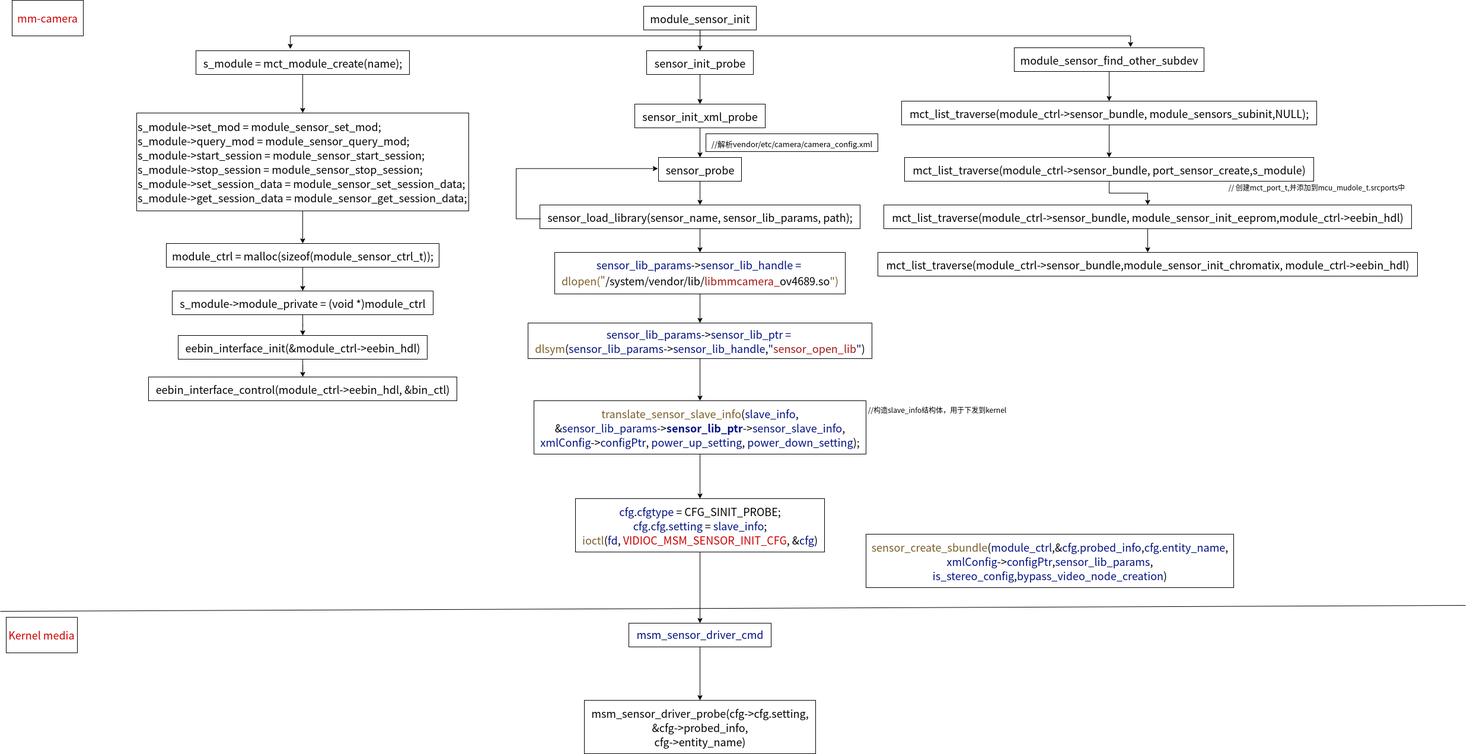
zhangmeizhen/test2 keeps this draw.io diagram as qcom mm-camera sensors.png. Above is the earlier version. Source tidied: cells renumbered, new cells last; positions are measured from the earlier drawing's top-left corner, leaving out a move shared by most shapes.
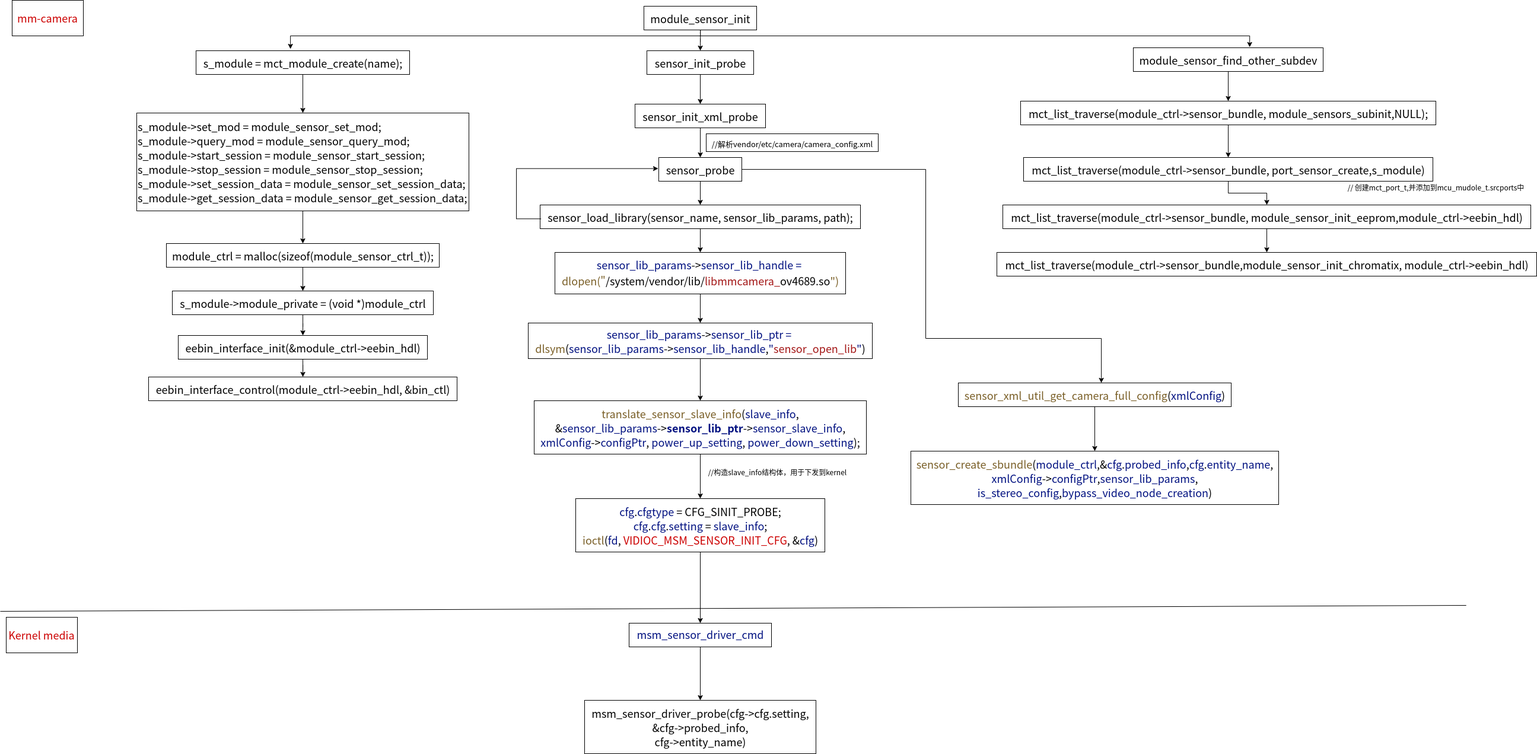
After the change.

The edit, as a diff of the source:
```diff
@@ -17,7 +17,7 @@
       <mxGeometry relative="1" as="geometry">
         <Array as="points">
           <mxPoint x="1180" y="60" />
-          <mxPoint x="1906" y="60" />
+          <mxPoint x="2106" y="60" />
         </Array>
       </mxGeometry>
     </mxCell>
@@ -39,6 +39,15 @@
     <mxCell id="10" style="edgeStyle=orthogonalEdgeStyle;rounded=0;jettySize=auto;html=1;fontSize=13;fontColor=#000000;strokeWidth=1;strokeColor=#000000;" parent="1" edge="1" source="11" target="15">
       <mxGeometry relative="1" as="geometry" />
     </mxCell>
+    <mxCell id="53" style="edgeStyle=orthogonalEdgeStyle;rounded=0;jettySize=auto;html=1;fontSize=18;fontColor=#CC0000;" parent="1" edge="1" source="11" target="55">
+      <mxGeometry relative="1" as="geometry">
+        <Array as="points">
+          <mxPoint x="1560" y="285" />
+          <mxPoint x="1560" y="570" />
+          <mxPoint x="1856" y="570" />
+        </Array>
+      </mxGeometry>
+    </mxCell>
     <mxCell id="11" value="&lt;div style=&quot;background-color: rgb(255, 255, 255); font-family: &amp;quot;Droid Sans Mono&amp;quot;, monospace, monospace, &amp;quot;Droid Sans Fallback&amp;quot;; font-size: 18px; line-height: 24px;&quot;&gt;&lt;span style=&quot;&quot;&gt;sensor_probe&lt;/span&gt;&lt;/div&gt;" style="text;html=1;align=center;verticalAlign=middle;points=[];strokeColor=#000000;fillColor=none;fontSize=17;fontColor=#000000;" parent="1" vertex="1">
       <mxGeometry x="1110" y="265" width="140" height="40" as="geometry" />
     </mxCell>
@@ -90,31 +99,31 @@
       <mxGeometry relative="1" as="geometry" />
     </mxCell>
     <mxCell id="26" value="&lt;div style=&quot;background-color: rgb(255, 255, 255); font-family: &amp;quot;Droid Sans Mono&amp;quot;, monospace, monospace, &amp;quot;Droid Sans Fallback&amp;quot;; font-size: 18px; line-height: 24px;&quot;&gt;&lt;div style=&quot;font-family: &amp;quot;Droid Sans Mono&amp;quot;, monospace, monospace, &amp;quot;Droid Sans Fallback&amp;quot;; line-height: 24px;&quot;&gt;&lt;span style=&quot;&quot;&gt;module_sensor_find_other_subdev&lt;/span&gt;&lt;/div&gt;&lt;/div&gt;" style="text;html=1;align=center;verticalAlign=middle;points=[];strokeColor=#000000;fillColor=none;fontSize=17;fontColor=#000000;" parent="1" vertex="1">
-      <mxGeometry x="1710" y="80" width="320" height="40" as="geometry" />
+      <mxGeometry x="1910" y="80" width="320" height="40" as="geometry" />
     </mxCell>
     <mxCell id="27" style="edgeStyle=orthogonalEdgeStyle;rounded=0;jettySize=auto;html=1;fontColor=#000000;" parent="1" edge="1" source="28" target="30">
       <mxGeometry relative="1" as="geometry" />
     </mxCell>
     <mxCell id="28" value="&lt;div style=&quot;background-color: rgb(255, 255, 255); font-family: &amp;quot;Droid Sans Mono&amp;quot;, monospace, monospace, &amp;quot;Droid Sans Fallback&amp;quot;; font-size: 18px; line-height: 24px;&quot;&gt;&lt;div style=&quot;font-family: &amp;quot;Droid Sans Mono&amp;quot;, monospace, monospace, &amp;quot;Droid Sans Fallback&amp;quot;; line-height: 24px;&quot;&gt;&lt;div style=&quot;font-family: &amp;quot;Droid Sans Mono&amp;quot;, monospace, monospace, &amp;quot;Droid Sans Fallback&amp;quot;; line-height: 24px;&quot;&gt;&lt;div&gt;&lt;span style=&quot;&quot;&gt;mct_list_traverse&lt;/span&gt;(&lt;span style=&quot;&quot;&gt;module_ctrl&lt;/span&gt;-&amp;gt;&lt;span style=&quot;&quot;&gt;sensor_bundle&lt;/span&gt;, &lt;span style=&quot;&quot;&gt;module_sensors_subinit&lt;/span&gt;,&lt;span style=&quot;&quot;&gt;NULL&lt;/span&gt;);&lt;/div&gt;&lt;/div&gt;&lt;/div&gt;&lt;/div&gt;" style="text;html=1;align=center;verticalAlign=middle;points=[];strokeColor=#000000;fillColor=none;fontSize=17;fontColor=#000000;" parent="1" vertex="1">
-      <mxGeometry x="1520" y="170" width="700" height="40" as="geometry" />
+      <mxGeometry x="1720" y="170" width="700" height="40" as="geometry" />
     </mxCell>
     <mxCell id="29" style="edgeStyle=orthogonalEdgeStyle;rounded=0;jettySize=auto;html=1;fontColor=#000000;" parent="1" edge="1" source="30" target="32">
       <mxGeometry relative="1" as="geometry" />
     </mxCell>
     <mxCell id="30" value="&lt;div style=&quot;background-color: rgb(255, 255, 255); font-family: &amp;quot;Droid Sans Mono&amp;quot;, monospace, monospace, &amp;quot;Droid Sans Fallback&amp;quot;; font-size: 18px; line-height: 24px;&quot;&gt;&lt;div style=&quot;font-family: &amp;quot;Droid Sans Mono&amp;quot;, monospace, monospace, &amp;quot;Droid Sans Fallback&amp;quot;; line-height: 24px;&quot;&gt;&lt;div style=&quot;font-family: &amp;quot;Droid Sans Mono&amp;quot;, monospace, monospace, &amp;quot;Droid Sans Fallback&amp;quot;; line-height: 24px;&quot;&gt;&lt;div style=&quot;font-family: &amp;quot;Droid Sans Mono&amp;quot;, monospace, monospace, &amp;quot;Droid Sans Fallback&amp;quot;; line-height: 24px;&quot;&gt;&lt;div&gt;&lt;span style=&quot;&quot;&gt;mct_list_traverse&lt;/span&gt;(&lt;span style=&quot;&quot;&gt;module_ctrl&lt;/span&gt;-&amp;gt;&lt;span style=&quot;&quot;&gt;sensor_bundle&lt;/span&gt;, port_sensor_create,s_module)&lt;/div&gt;&lt;/div&gt;&lt;/div&gt;&lt;/div&gt;&lt;/div&gt;" style="text;html=1;align=center;verticalAlign=middle;points=[];strokeColor=#000000;fillColor=none;fontSize=17;fontColor=#000000;" parent="1" vertex="1">
-      <mxGeometry x="1525" y="265" width="690" height="40" as="geometry" />
+      <mxGeometry x="1725" y="265" width="690" height="40" as="geometry" />
     </mxCell>
     <mxCell id="31" style="edgeStyle=orthogonalEdgeStyle;rounded=0;jettySize=auto;html=1;fontColor=#000000;" parent="1" edge="1" source="32" target="33">
       <mxGeometry relative="1" as="geometry" />
     </mxCell>
     <mxCell id="32" value="&lt;div style=&quot;background-color: rgb(255, 255, 255); font-family: &amp;quot;Droid Sans Mono&amp;quot;, monospace, monospace, &amp;quot;Droid Sans Fallback&amp;quot;; font-size: 18px; line-height: 24px;&quot;&gt;&lt;div style=&quot;font-family: &amp;quot;Droid Sans Mono&amp;quot;, monospace, monospace, &amp;quot;Droid Sans Fallback&amp;quot;; line-height: 24px;&quot;&gt;&lt;div style=&quot;font-family: &amp;quot;Droid Sans Mono&amp;quot;, monospace, monospace, &amp;quot;Droid Sans Fallback&amp;quot;; line-height: 24px;&quot;&gt;&lt;div style=&quot;font-family: &amp;quot;Droid Sans Mono&amp;quot;, monospace, monospace, &amp;quot;Droid Sans Fallback&amp;quot;; line-height: 24px;&quot;&gt;&lt;div style=&quot;font-family: &amp;quot;Droid Sans Mono&amp;quot;, monospace, monospace, &amp;quot;Droid Sans Fallback&amp;quot;; line-height: 24px;&quot;&gt;&lt;div&gt;&lt;span style=&quot;&quot;&gt;mct_list_traverse&lt;/span&gt;(&lt;span style=&quot;&quot;&gt;module_ctrl&lt;/span&gt;-&amp;gt;&lt;span style=&quot;&quot;&gt;sensor_bundle&lt;/span&gt;, &lt;span style=&quot;&quot;&gt;module_sensor_init_eeprom&lt;/span&gt;,&lt;span style=&quot;&quot;&gt;module_ctrl&lt;/span&gt;-&amp;gt;&lt;span style=&quot;&quot;&gt;eebin_hdl&lt;/span&gt;)&lt;/div&gt;&lt;/div&gt;&lt;/div&gt;&lt;/div&gt;&lt;/div&gt;&lt;/div&gt;" style="text;html=1;align=center;verticalAlign=middle;points=[];strokeColor=#000000;fillColor=none;fontSize=17;fontColor=#000000;" parent="1" vertex="1">
-      <mxGeometry x="1490" y="345" width="890" height="40" as="geometry" />
+      <mxGeometry x="1690" y="345" width="890" height="40" as="geometry" />
     </mxCell>
     <mxCell id="33" value="&lt;div style=&quot;background-color: rgb(255, 255, 255); font-family: &amp;quot;Droid Sans Mono&amp;quot;, monospace, monospace, &amp;quot;Droid Sans Fallback&amp;quot;; font-size: 18px; line-height: 24px;&quot;&gt;&lt;div style=&quot;font-family: &amp;quot;Droid Sans Mono&amp;quot;, monospace, monospace, &amp;quot;Droid Sans Fallback&amp;quot;; line-height: 24px;&quot;&gt;&lt;div style=&quot;font-family: &amp;quot;Droid Sans Mono&amp;quot;, monospace, monospace, &amp;quot;Droid Sans Fallback&amp;quot;; line-height: 24px;&quot;&gt;&lt;div style=&quot;font-family: &amp;quot;Droid Sans Mono&amp;quot;, monospace, monospace, &amp;quot;Droid Sans Fallback&amp;quot;; line-height: 24px;&quot;&gt;&lt;div style=&quot;font-family: &amp;quot;Droid Sans Mono&amp;quot;, monospace, monospace, &amp;quot;Droid Sans Fallback&amp;quot;; line-height: 24px;&quot;&gt;&lt;div style=&quot;font-family: &amp;quot;Droid Sans Mono&amp;quot;, monospace, monospace, &amp;quot;Droid Sans Fallback&amp;quot;; line-height: 24px;&quot;&gt;&lt;div&gt;&lt;span style=&quot;&quot;&gt;mct_list_traverse&lt;/span&gt;(&lt;span style=&quot;&quot;&gt;module_ctrl&lt;/span&gt;-&amp;gt;&lt;span style=&quot;&quot;&gt;sensor_bundle&lt;/span&gt;,&lt;span style=&quot;&quot;&gt;module_sensor_init_chromatix&lt;/span&gt;, &lt;span style=&quot;&quot;&gt;module_ctrl&lt;/span&gt;-&amp;gt;&lt;span style=&quot;&quot;&gt;eebin_hdl&lt;/span&gt;)&lt;/div&gt;&lt;/div&gt;&lt;/div&gt;&lt;/div&gt;&lt;/div&gt;&lt;/div&gt;&lt;/div&gt;" style="text;html=1;align=center;verticalAlign=middle;points=[];strokeColor=#000000;fillColor=none;fontSize=17;fontColor=#000000;" parent="1" vertex="1">
-      <mxGeometry x="1480" y="425" width="910" height="40" as="geometry" />
+      <mxGeometry x="1680" y="425" width="910" height="40" as="geometry" />
     </mxCell>
     <mxCell id="34" value="// 创建mct_port_t,并添加到mcu_mudole_t.&lt;span style=&quot;text-align: left;&quot;&gt;srcports中&lt;/span&gt;" style="text;html=1;align=center;verticalAlign=middle;strokeColor=none;fillColor=none;fontColor=#000000;" parent="1" vertex="1">
-      <mxGeometry x="2060" y="300" width="320" height="30" as="geometry" />
+      <mxGeometry x="2260" y="300" width="320" height="30" as="geometry" />
     </mxCell>
     <mxCell id="35" style="edgeStyle=orthogonalEdgeStyle;rounded=0;jettySize=auto;html=1;fontColor=#000000;" parent="1" edge="1" source="36" target="21">
       <mxGeometry relative="1" as="geometry" />
@@ -135,7 +144,7 @@
       <mxGeometry x="890" y="544" width="580" height="60" as="geometry" />
     </mxCell>
     <mxCell id="41" value="&lt;div style=&quot;background-color: rgb(255, 255, 255); font-family: &amp;quot;Droid Sans Mono&amp;quot;, monospace, monospace, &amp;quot;Droid Sans Fallback&amp;quot;; font-size: 18px; line-height: 24px;&quot;&gt;&lt;div&gt;&lt;span style=&quot;color: rgb(121, 94, 38);&quot;&gt;sensor_create_sbundle&lt;/span&gt;(&lt;span style=&quot;color: rgb(0, 16, 128);&quot;&gt;module_ctrl&lt;/span&gt;,&amp;amp;&lt;span style=&quot;color: rgb(0, 16, 128);&quot;&gt;cfg&lt;/span&gt;.&lt;span style=&quot;color: rgb(0, 16, 128);&quot;&gt;probed_info&lt;/span&gt;,&lt;span style=&quot;color: rgb(0, 16, 128);&quot;&gt;cfg&lt;/span&gt;.&lt;span style=&quot;color: rgb(0, 16, 128);&quot;&gt;entity_name&lt;/span&gt;,&lt;/div&gt;&lt;div&gt;&lt;span style=&quot;color: rgb(0, 16, 128);&quot;&gt;xmlConfig&lt;/span&gt;-&amp;gt;&lt;span style=&quot;color: rgb(0, 16, 128);&quot;&gt;configPtr&lt;/span&gt;,&lt;span style=&quot;color: rgb(0, 16, 128);&quot;&gt;sensor_lib_params&lt;/span&gt;,&lt;/div&gt;&lt;div&gt;&lt;span style=&quot;color: rgb(0, 16, 128);&quot;&gt;is_stereo_config&lt;/span&gt;,&lt;span style=&quot;color: rgb(0, 16, 128);&quot;&gt;bypass_video_node_creation&lt;/span&gt;)&lt;/div&gt;&lt;/div&gt;" style="text;html=1;align=center;verticalAlign=middle;points=[];strokeColor=#000000;fillColor=none;fontSize=13;fontColor=#000000;" parent="1" vertex="1">
-      <mxGeometry x="1460" y="900" width="620" height="90" as="geometry" />
+      <mxGeometry x="1535" y="760" width="620" height="90" as="geometry" />
     </mxCell>
     <mxCell id="42" style="edgeStyle=orthogonalEdgeStyle;rounded=0;jettySize=auto;html=1;fontSize=18;fontColor=#CC0000;" parent="1" edge="1" source="43" target="46">
       <mxGeometry relative="1" as="geometry" />
@@ -144,7 +153,7 @@
       <mxGeometry x="900" y="675" width="560" height="90" as="geometry" />
     </mxCell>
     <mxCell id="44" value="//构造slave_info结构体，用于下发到kernel" style="text;html=1;align=center;verticalAlign=middle;strokeColor=none;fillColor=none;fontColor=#000000;" parent="1" vertex="1">
-      <mxGeometry x="1450" y="675" width="260" height="30" as="geometry" />
+      <mxGeometry x="1180" y="780" width="260" height="30" as="geometry" />
     </mxCell>
     <mxCell id="45" style="edgeStyle=orthogonalEdgeStyle;rounded=0;jettySize=auto;html=1;fontSize=18;fontColor=#CC0000;" parent="1" edge="1" source="46" target="51">
       <mxGeometry relative="1" as="geometry" />
@@ -173,5 +182,11 @@
     <mxCell id="52" value="&lt;div style=&quot;background-color: rgb(255, 255, 255); line-height: 24px; font-size: 18px;&quot;&gt;&lt;div style=&quot;line-height: 24px;&quot;&gt;&lt;div style=&quot;line-height: 24px;&quot;&gt;msm_sensor_driver_probe(cfg-&amp;gt;cfg.setting,&lt;/div&gt;&lt;div style=&quot;line-height: 24px;&quot;&gt;&lt;span style=&quot;&quot;&gt;&#9;&#9;&#9;&lt;/span&gt;&amp;amp;cfg-&amp;gt;probed_info,&lt;/div&gt;&lt;div style=&quot;line-height: 24px;&quot;&gt;&lt;span style=&quot;&quot;&gt;&#9;&#9;&#9;&lt;/span&gt;cfg-&amp;gt;entity_name)&lt;/div&gt;&lt;/div&gt;&lt;/div&gt;" style="text;html=1;align=center;verticalAlign=middle;points=[];strokeColor=#000000;fillColor=none;fontSize=13;fontColor=#000000;" parent="1" vertex="1">
       <mxGeometry x="985" y="1180" width="390" height="90" as="geometry" />
     </mxCell>
+    <mxCell id="54" style="edgeStyle=orthogonalEdgeStyle;rounded=0;jettySize=auto;html=1;fontSize=18;fontColor=#CC0000;" parent="1" edge="1" source="55" target="41">
+      <mxGeometry relative="1" as="geometry" />
+    </mxCell>
+    <mxCell id="55" value="&lt;div style=&quot;background-color: rgb(255, 255, 255); font-family: &amp;quot;Droid Sans Mono&amp;quot;, monospace, monospace, &amp;quot;Droid Sans Fallback&amp;quot;; font-size: 18px; line-height: 24px;&quot;&gt;&lt;div style=&quot;font-family: &amp;quot;Droid Sans Mono&amp;quot;, monospace, monospace, &amp;quot;Droid Sans Fallback&amp;quot;; line-height: 24px;&quot;&gt;&lt;div style=&quot;font-family: &amp;quot;Droid Sans Mono&amp;quot;, monospace, monospace, &amp;quot;Droid Sans Fallback&amp;quot;; line-height: 24px;&quot;&gt;&lt;div style=&quot;font-family: &amp;quot;Droid Sans Mono&amp;quot;, monospace, monospace, &amp;quot;Droid Sans Fallback&amp;quot;; line-height: 24px;&quot;&gt;&lt;span style=&quot;color: #795e26;&quot;&gt;sensor_xml_util_get_camera_full_config&lt;/span&gt;(&lt;span style=&quot;color: #001080;&quot;&gt;xmlConfig&lt;/span&gt;)&lt;/div&gt;&lt;/div&gt;&lt;/div&gt;&lt;/div&gt;" style="text;html=1;align=center;verticalAlign=middle;points=[];strokeColor=#000000;fillColor=none;fontSize=13;fontColor=#000000;" parent="1" vertex="1">
+      <mxGeometry x="1615" y="645" width="460" height="40" as="geometry" />
+    </mxCell>
   </root>
 </mxGraphModel>
```
